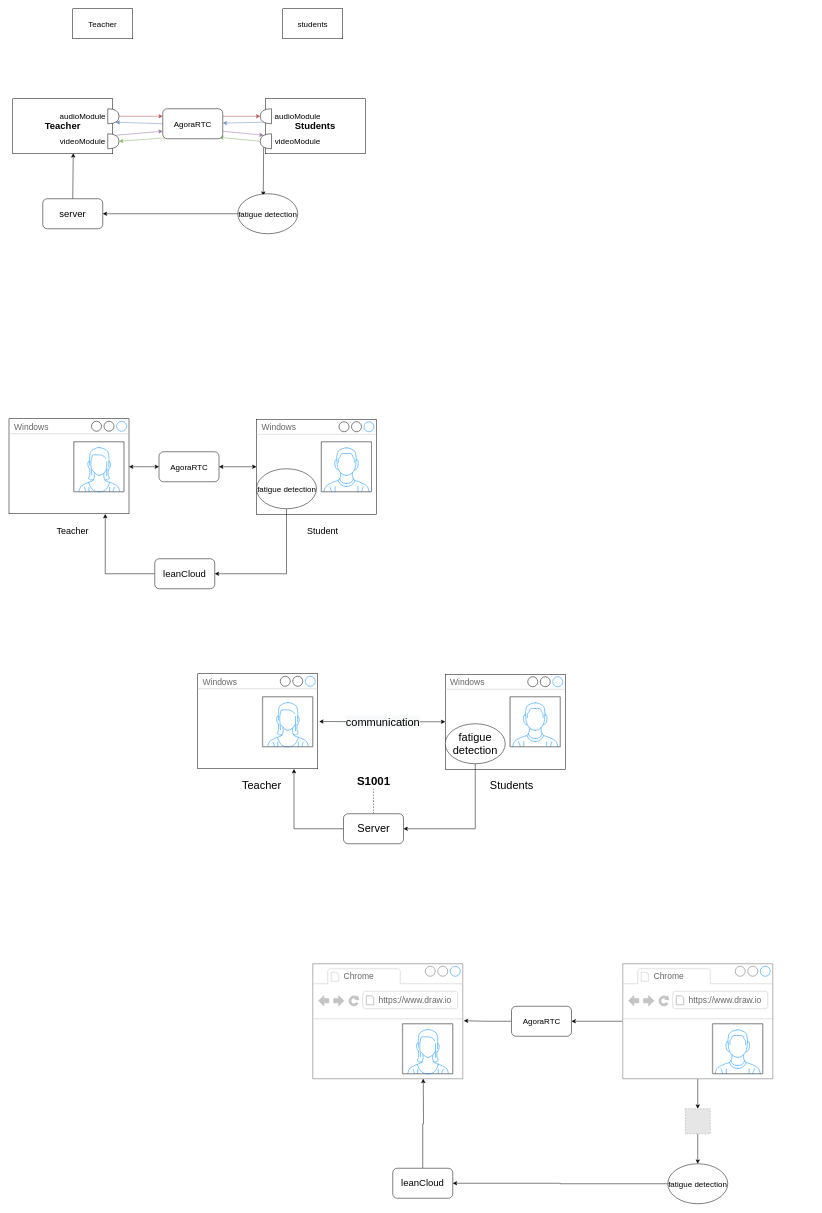
Above: Untitled Diagram.drawio in GithubWangXiaoXi/draw-io (draw.io), before the change. Source tidied: cells renumbered, new cells numbered last; positions are measured from the earlier drawing's top-left corner, leaving out a move shared by most shapes. Both pictures are drawn from the tidied source at 50%, with x=0, y=0 at pixel (8, 8). Pictures stored in the file or linked from it are replaced by grey dashed boxes.
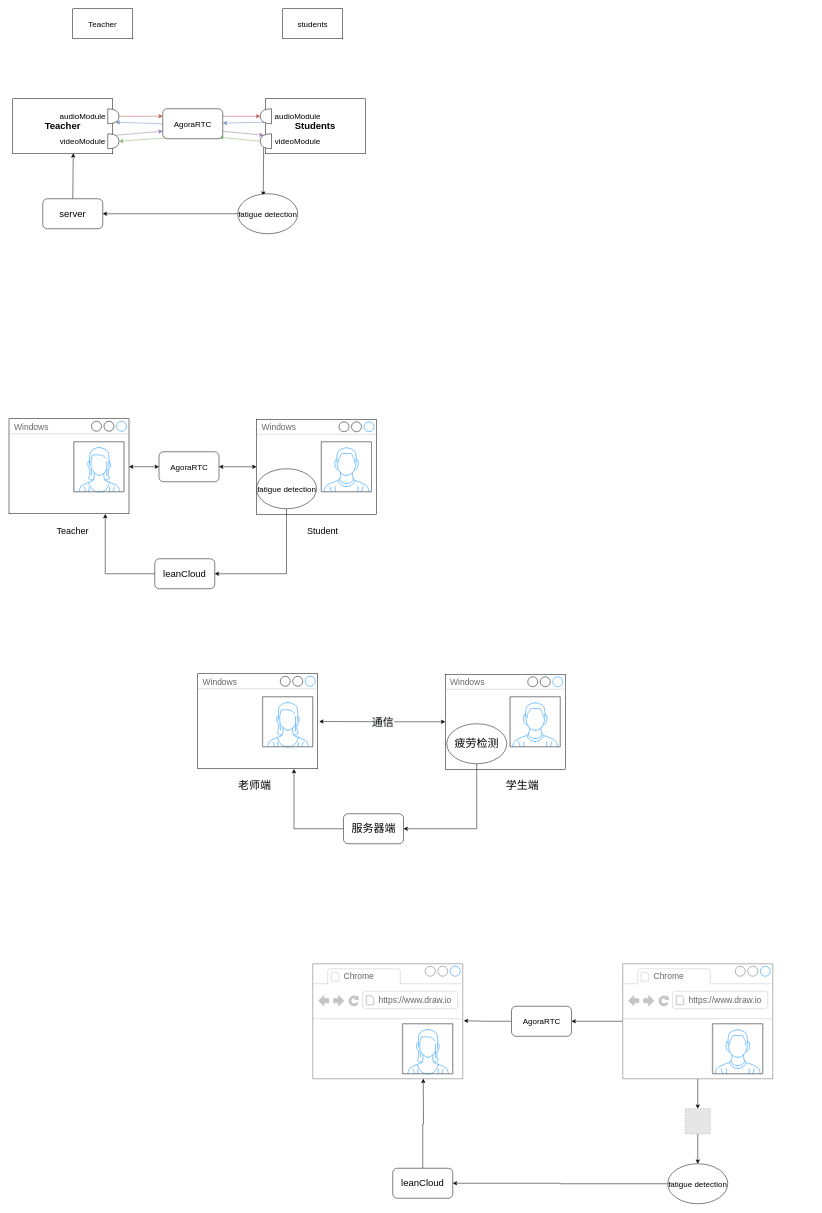
Above is the later version.

The change refers to these unchanged cells:
```xml
<mxCell id="60" style="edgeStyle=orthogonalEdgeStyle;rounded=0;jettySize=auto;html=1;entryX=1.012;entryY=0.503;entryDx=0;entryDy=0;entryPerimeter=0;startArrow=classic;startFill=1;" parent="1" edge="1" source="62" target="59">
  <mxGeometry relative="1" as="geometry">
    <Array as="points">
      <mxPoint x="758" y="1426" />
      <mxPoint x="758" y="1426" />
    </Array>
  </mxGeometry>
</mxCell>
```

The edit, as a diff of the source:
```diff
@@
-    <mxCell id="61" value="&lt;span style=&quot;font-size: 22px; background-color: rgb(248, 249, 250);&quot;&gt;communication&lt;/span&gt;" style="edgeLabel;html=1;align=center;verticalAlign=middle;fontSize=22;" parent="60" vertex="1">
+    <mxCell id="61" value="&lt;span style=&quot;font-size: 22px; background-color: rgb(248, 249, 250);&quot;&gt;通信&lt;/span&gt;" style="edgeLabel;html=1;align=center;verticalAlign=middle;fontSize=22;" parent="60" vertex="1">
       <mxGeometry x="-0.17" y="1" relative="1" as="geometry">
         <mxPoint x="-21" y="-1" as="offset" />
       </mxGeometry>
     </mxCell>
@@
-    <mxCell id="66" value="&lt;font style=&quot;font-size: 22px;&quot;&gt;fatigue detection&lt;/font&gt;" style="ellipse;whiteSpace=wrap;html=1;fontSize=16;" parent="1" vertex="1">
-      <mxGeometry x="873" y="1430" width="120" height="80" as="geometry" />
+    <mxCell id="66" value="&lt;font style=&quot;font-size: 22px;&quot;&gt;疲劳检测&lt;/font&gt;" style="ellipse;whiteSpace=wrap;html=1;fontSize=16;" parent="1" vertex="1">
+      <mxGeometry x="876" y="1430" width="120" height="80" as="geometry" />
     </mxCell>
-    <mxCell id="67" value="&lt;font style=&quot;font-size: 22px;&quot;&gt;Teacher&lt;/font&gt;" style="text;html=1;strokeColor=none;fillColor=none;align=center;verticalAlign=middle;whiteSpace=wrap;rounded=0;fontSize=18;fontColor=#000000;" parent="1" vertex="1">
-      <mxGeometry x="475.5" y="1539" width="60" height="30" as="geometry" />
+    <mxCell id="67" value="&lt;font style=&quot;font-size: 22px;&quot;&gt;老师端&lt;/font&gt;" style="text;html=1;strokeColor=none;fillColor=none;align=center;verticalAlign=middle;whiteSpace=wrap;rounded=0;fontSize=18;fontColor=#000000;" parent="1" vertex="1">
+      <mxGeometry x="448" y="1539" width="87.5" height="30" as="geometry" />
     </mxCell>
-    <mxCell id="68" value="&lt;font style=&quot;font-size: 22px;&quot;&gt;Students&lt;/font&gt;" style="text;html=1;strokeColor=none;fillColor=none;align=center;verticalAlign=middle;whiteSpace=wrap;rounded=0;fontSize=18;fontColor=#000000;" parent="1" vertex="1">
-      <mxGeometry x="975.5" y="1539" width="60" height="30" as="geometry" />
+    <mxCell id="68" value="&lt;font style=&quot;font-size: 22px;&quot;&gt;学生端&lt;/font&gt;" style="text;html=1;strokeColor=none;fillColor=none;align=center;verticalAlign=middle;whiteSpace=wrap;rounded=0;fontSize=18;fontColor=#000000;" parent="1" vertex="1">
+      <mxGeometry x="975.5" y="1539" width="102.5" height="30" as="geometry" />
     </mxCell>
@@
-    <mxCell id="70" style="edgeStyle=orthogonalEdgeStyle;rounded=0;jettySize=auto;html=1;entryX=0.5;entryY=1;entryDx=0;entryDy=0;endArrow=none;endFill=0;curved=1;dashed=1;" parent="1" edge="1" source="71" target="72">
-      <mxGeometry relative="1" as="geometry" />
-    </mxCell>
-    <mxCell id="71" value="&lt;span style=&quot;font-size: 22px;&quot;&gt;Server&lt;/span&gt;" style="rounded=1;whiteSpace=wrap;html=1;fontSize=19;" parent="1" vertex="1">
+    <mxCell id="71" value="&lt;span style=&quot;font-size: 22px;&quot;&gt;服务器端&lt;/span&gt;" style="rounded=1;whiteSpace=wrap;html=1;fontSize=19;" parent="1" vertex="1">
       <mxGeometry x="669.5" y="1610" width="120" height="60" as="geometry" />
     </mxCell>
-    <mxCell id="72" value="&lt;font style=&quot;font-size: 23px;&quot;&gt;&lt;b&gt;S1001&lt;/b&gt;&lt;/font&gt;" style="text;html=1;strokeColor=none;fillColor=none;align=center;verticalAlign=middle;whiteSpace=wrap;rounded=0;" parent="1" vertex="1">
-      <mxGeometry x="699.5" y="1530" width="60" height="30" as="geometry" />
-    </mxCell>
```
